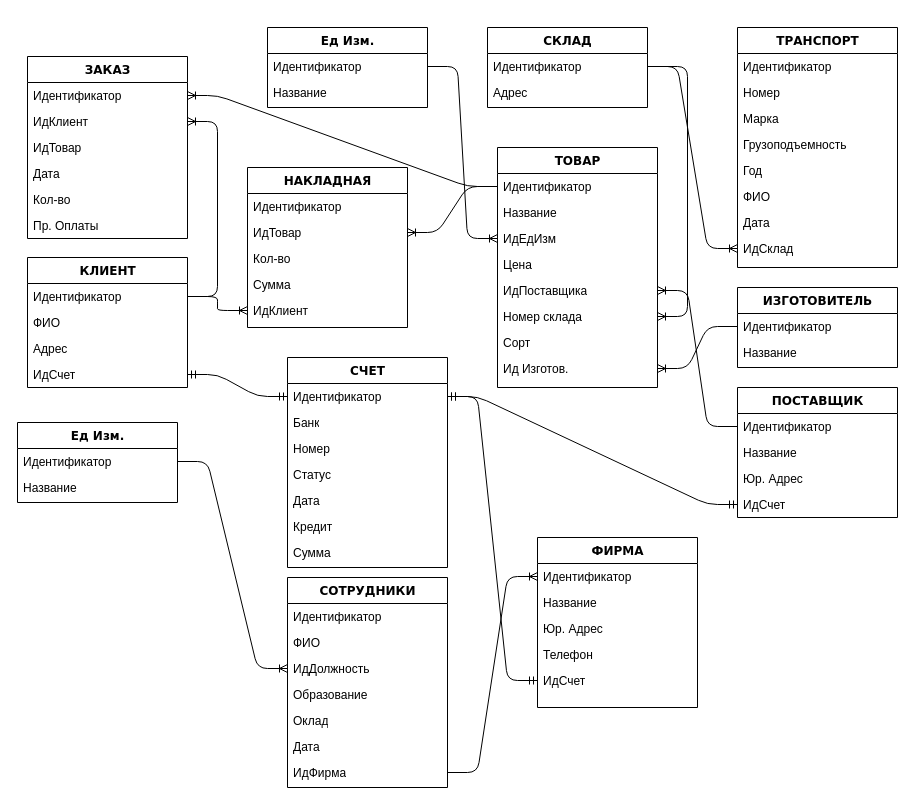
The draw.io diagram Летняя/MY_KURS/Ручная нотация.drawio in stanislaumich/1-, before the edit. Source tidied: cells renumbered, new cells numbered last; positions are measured from the earlier drawing's top-left corner, leaving out a move shared by most shapes. Both pictures are drawn from the tidied source at 100%, with x=0, y=0 at pixel (17, 27).
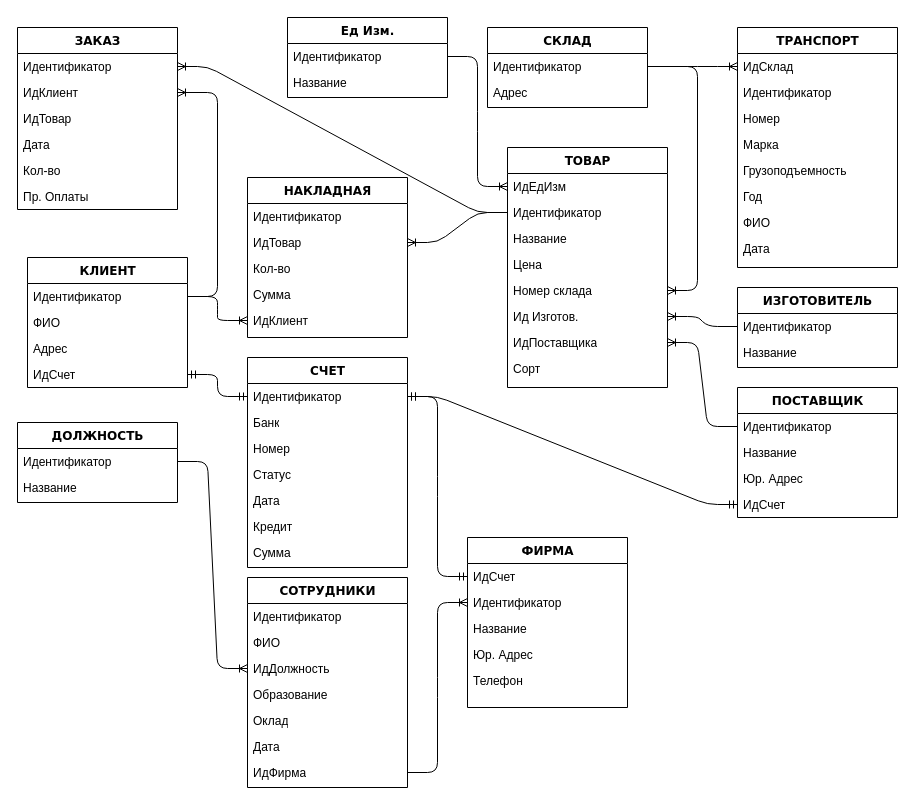
Above is the later version.

The change refers to these unchanged cells:
```xml
<mxCell id="21" value="ТРАНСПОРТ" style="swimlane;html=1;fontStyle=1;align=center;verticalAlign=top;horizontal=1;startSize=26;swimlaneFillColor=#ffffff;rounded=0;shadow=0;comic=0;labelBackgroundColor=none;strokeWidth=1;fillColor=none;fontFamily=Verdana;fontSize=12;" parent="1" vertex="1">
  <mxGeometry x="720" width="160" height="240" as="geometry" />
</mxCell>
```

The edit, as a diff of the source:
```diff
@@
     <mxCell id="2" value="ТОВАР" style="swimlane;html=1;fontStyle=1;align=center;verticalAlign=top;horizontal=1;startSize=26;swimlaneFillColor=#ffffff;rounded=0;shadow=0;comic=0;labelBackgroundColor=none;strokeWidth=1;fillColor=none;fontFamily=Verdana;fontSize=12;" parent="1" vertex="1">
-      <mxGeometry x="480" y="120" width="160" height="240" as="geometry" />
+      <mxGeometry x="490" y="120" width="160" height="240" as="geometry" />
     </mxCell>
+    <mxCell id="5" value="ИдЕдИзм" style="text;html=1;strokeColor=none;fillColor=none;align=left;verticalAlign=top;spacingLeft=4;spacingRight=4;whiteSpace=wrap;overflow=hidden;points=[[0,0.5],[1,0.5]];portConstraint=eastwest;" parent="2" vertex="1">
+      <mxGeometry y="26" width="160" height="26" as="geometry" />
+    </mxCell>
     <mxCell id="3" value="Идентификатор" style="text;html=1;strokeColor=none;fillColor=none;align=left;verticalAlign=top;spacingLeft=4;spacingRight=4;whiteSpace=wrap;overflow=hidden;points=[[0,0.5],[1,0.5]];portConstraint=eastwest;" parent="2" vertex="1">
-      <mxGeometry y="26" width="160" height="26" as="geometry" />
+      <mxGeometry y="52" width="160" height="26" as="geometry" />
     </mxCell>
     <mxCell id="4" value="Название" style="text;html=1;strokeColor=none;fillColor=none;align=left;verticalAlign=top;spacingLeft=4;spacingRight=4;whiteSpace=wrap;overflow=hidden;" parent="2" vertex="1">
-      <mxGeometry y="52" width="160" height="26" as="geometry" />
+      <mxGeometry y="78" width="160" height="26" as="geometry" />
     </mxCell>
-    <mxCell id="5" value="ИдЕдИзм" style="text;html=1;strokeColor=none;fillColor=none;align=left;verticalAlign=top;spacingLeft=4;spacingRight=4;whiteSpace=wrap;overflow=hidden;points=[[0,0.5],[1,0.5]];portConstraint=eastwest;" parent="2" vertex="1">
-      <mxGeometry y="78" width="160" height="26" as="geometry" />
-    </mxCell>
@@
+    <mxCell id="8" value="Номер склада&lt;br&gt;" style="text;html=1;strokeColor=none;fillColor=none;align=left;verticalAlign=top;spacingLeft=4;spacingRight=4;whiteSpace=wrap;overflow=hidden;points=[[0,0.5],[1,0.5]];portConstraint=eastwest;" parent="2" vertex="1">
+      <mxGeometry y="130" width="160" height="26" as="geometry" />
+    </mxCell>
+    <mxCell id="10" value="Ид Изготов." style="text;html=1;strokeColor=none;fillColor=none;align=left;verticalAlign=top;spacingLeft=4;spacingRight=4;whiteSpace=wrap;overflow=hidden;points=[[0,0.5],[1,0.5]];portConstraint=eastwest;" parent="2" vertex="1">
+      <mxGeometry y="156" width="160" height="26" as="geometry" />
+    </mxCell>
     <mxCell id="7" value="ИдПоставщика" style="text;html=1;strokeColor=none;fillColor=none;align=left;verticalAlign=top;spacingLeft=4;spacingRight=4;whiteSpace=wrap;overflow=hidden;points=[[0,0.5],[1,0.5]];portConstraint=eastwest;" parent="2" vertex="1">
-      <mxGeometry y="130" width="160" height="26" as="geometry" />
+      <mxGeometry y="182" width="160" height="26" as="geometry" />
     </mxCell>
-    <mxCell id="8" value="Номер склада&lt;br&gt;" style="text;html=1;strokeColor=none;fillColor=none;align=left;verticalAlign=top;spacingLeft=4;spacingRight=4;whiteSpace=wrap;overflow=hidden;points=[[0,0.5],[1,0.5]];portConstraint=eastwest;" parent="2" vertex="1">
-      <mxGeometry y="156" width="160" height="26" as="geometry" />
-    </mxCell>
     <mxCell id="9" value="Сорт" style="text;html=1;strokeColor=none;fillColor=none;align=left;verticalAlign=top;spacingLeft=4;spacingRight=4;whiteSpace=wrap;overflow=hidden;" parent="2" vertex="1">
-      <mxGeometry y="182" width="160" height="26" as="geometry" />
+      <mxGeometry y="208" width="160" height="26" as="geometry" />
     </mxCell>
-    <mxCell id="10" value="Ид Изготов." style="text;html=1;strokeColor=none;fillColor=none;align=left;verticalAlign=top;spacingLeft=4;spacingRight=4;whiteSpace=wrap;overflow=hidden;points=[[0,0.5],[1,0.5]];portConstraint=eastwest;" parent="2" vertex="1">
-      <mxGeometry y="208" width="160" height="26" as="geometry" />
-    </mxCell>
     <mxCell id="11" value="ЗАКАЗ" style="swimlane;html=1;fontStyle=1;align=center;verticalAlign=top;horizontal=1;startSize=26;swimlaneFillColor=#ffffff;rounded=0;shadow=0;comic=0;labelBackgroundColor=none;strokeWidth=1;fillColor=none;fontFamily=Verdana;fontSize=12;" parent="1" vertex="1">
-      <mxGeometry x="10" y="29" width="160" height="182" as="geometry" />
+      <mxGeometry width="160" height="182" as="geometry" />
     </mxCell>
@@
     <mxCell id="18" value="Ед Изм." style="swimlane;html=1;fontStyle=1;align=center;verticalAlign=top;horizontal=1;startSize=26;swimlaneFillColor=#ffffff;rounded=0;shadow=0;comic=0;labelBackgroundColor=none;strokeWidth=1;fillColor=none;fontFamily=Verdana;fontSize=12;" parent="1" vertex="1">
-      <mxGeometry x="250" width="160" height="80" as="geometry" />
+      <mxGeometry x="270" y="-10" width="160" height="80" as="geometry" />
     </mxCell>
@@
+    <mxCell id="29" value="ИдСклад" style="text;html=1;strokeColor=none;fillColor=none;align=left;verticalAlign=top;spacingLeft=4;spacingRight=4;whiteSpace=wrap;overflow=hidden;points=[[0,0.5],[1,0.5]];portConstraint=eastwest;" parent="21" vertex="1">
+      <mxGeometry y="26" width="160" height="26" as="geometry" />
+    </mxCell>
     <mxCell id="22" value="Идентификатор" style="text;html=1;strokeColor=none;fillColor=none;align=left;verticalAlign=top;spacingLeft=4;spacingRight=4;whiteSpace=wrap;overflow=hidden;" parent="21" vertex="1">
-      <mxGeometry y="26" width="160" height="26" as="geometry" />
+      <mxGeometry y="52" width="160" height="26" as="geometry" />
     </mxCell>
     <mxCell id="23" value="Номер" style="text;html=1;strokeColor=none;fillColor=none;align=left;verticalAlign=top;spacingLeft=4;spacingRight=4;whiteSpace=wrap;overflow=hidden;" parent="21" vertex="1">
-      <mxGeometry y="52" width="160" height="26" as="geometry" />
+      <mxGeometry y="78" width="160" height="26" as="geometry" />
     </mxCell>
     <mxCell id="24" value="Марка" style="text;html=1;strokeColor=none;fillColor=none;align=left;verticalAlign=top;spacingLeft=4;spacingRight=4;whiteSpace=wrap;overflow=hidden;" parent="21" vertex="1">
-      <mxGeometry y="78" width="160" height="26" as="geometry" />
+      <mxGeometry y="104" width="160" height="26" as="geometry" />
     </mxCell>
     <mxCell id="25" value="Грузоподъемность" style="text;html=1;strokeColor=none;fillColor=none;align=left;verticalAlign=top;spacingLeft=4;spacingRight=4;whiteSpace=wrap;overflow=hidden;" parent="21" vertex="1">
-      <mxGeometry y="104" width="160" height="26" as="geometry" />
+      <mxGeometry y="130" width="160" height="26" as="geometry" />
     </mxCell>
     <mxCell id="26" value="Год" style="text;html=1;strokeColor=none;fillColor=none;align=left;verticalAlign=top;spacingLeft=4;spacingRight=4;whiteSpace=wrap;overflow=hidden;" parent="21" vertex="1">
-      <mxGeometry y="130" width="160" height="26" as="geometry" />
+      <mxGeometry y="156" width="160" height="26" as="geometry" />
     </mxCell>
     <mxCell id="27" value="ФИО" style="text;html=1;strokeColor=none;fillColor=none;align=left;verticalAlign=top;spacingLeft=4;spacingRight=4;whiteSpace=wrap;overflow=hidden;" parent="21" vertex="1">
-      <mxGeometry y="156" width="160" height="26" as="geometry" />
+      <mxGeometry y="182" width="160" height="26" as="geometry" />
     </mxCell>
     <mxCell id="28" value="Дата" style="text;html=1;strokeColor=none;fillColor=none;align=left;verticalAlign=top;spacingLeft=4;spacingRight=4;whiteSpace=wrap;overflow=hidden;" parent="21" vertex="1">
-      <mxGeometry y="182" width="160" height="26" as="geometry" />
+      <mxGeometry y="208" width="160" height="26" as="geometry" />
     </mxCell>
-    <mxCell id="29" value="ИдСклад" style="text;html=1;strokeColor=none;fillColor=none;align=left;verticalAlign=top;spacingLeft=4;spacingRight=4;whiteSpace=wrap;overflow=hidden;points=[[0,0.5],[1,0.5]];portConstraint=eastwest;" parent="21" vertex="1">
-      <mxGeometry y="208" width="160" height="26" as="geometry" />
-    </mxCell>
@@
     <mxCell id="36" value="НАКЛАДНАЯ" style="swimlane;html=1;fontStyle=1;align=center;verticalAlign=top;horizontal=1;startSize=26;swimlaneFillColor=#ffffff;rounded=0;shadow=0;comic=0;labelBackgroundColor=none;strokeWidth=1;fillColor=none;fontFamily=Verdana;fontSize=12;" parent="1" vertex="1">
-      <mxGeometry x="230" y="140" width="160" height="160" as="geometry" />
+      <mxGeometry x="230" y="150" width="160" height="160" as="geometry" />
     </mxCell>
@@
     <mxCell id="55" value="СЧЕТ" style="swimlane;html=1;fontStyle=1;align=center;verticalAlign=top;horizontal=1;startSize=26;swimlaneFillColor=#ffffff;rounded=0;shadow=0;comic=0;labelBackgroundColor=none;strokeWidth=1;fillColor=none;fontFamily=Verdana;fontSize=12;" parent="1" vertex="1">
-      <mxGeometry x="270" y="330" width="160" height="210" as="geometry" />
+      <mxGeometry x="230" y="330" width="160" height="210" as="geometry" />
     </mxCell>
@@
     <mxCell id="73" value="ФИРМА" style="swimlane;html=1;fontStyle=1;align=center;verticalAlign=top;horizontal=1;startSize=26;swimlaneFillColor=#ffffff;rounded=0;shadow=0;comic=0;labelBackgroundColor=none;strokeWidth=1;fillColor=none;fontFamily=Verdana;fontSize=12;" parent="1" vertex="1">
-      <mxGeometry x="520" y="510" width="160" height="170" as="geometry" />
+      <mxGeometry x="450" y="510" width="160" height="170" as="geometry" />
     </mxCell>
+    <mxCell id="78" value="ИдСчет" style="text;html=1;strokeColor=none;fillColor=none;align=left;verticalAlign=top;spacingLeft=4;spacingRight=4;whiteSpace=wrap;overflow=hidden;points=[[0,0.5],[1,0.5]];portConstraint=eastwest;" parent="73" vertex="1">
+      <mxGeometry y="26" width="160" height="26" as="geometry" />
+    </mxCell>
     <mxCell id="74" value="Идентификатор" style="text;html=1;strokeColor=none;fillColor=none;align=left;verticalAlign=top;spacingLeft=4;spacingRight=4;whiteSpace=wrap;overflow=hidden;points=[[0,0.5],[1,0.5]];portConstraint=eastwest;" parent="73" vertex="1">
-      <mxGeometry y="26" width="160" height="26" as="geometry" />
+      <mxGeometry y="52" width="160" height="26" as="geometry" />
     </mxCell>
     <mxCell id="75" value="Название" style="text;html=1;strokeColor=none;fillColor=none;align=left;verticalAlign=top;spacingLeft=4;spacingRight=4;whiteSpace=wrap;overflow=hidden;" parent="73" vertex="1">
-      <mxGeometry y="52" width="160" height="26" as="geometry" />
+      <mxGeometry y="78" width="160" height="26" as="geometry" />
     </mxCell>
     <mxCell id="76" value="Юр. Адрес" style="text;html=1;strokeColor=none;fillColor=none;align=left;verticalAlign=top;spacingLeft=4;spacingRight=4;whiteSpace=wrap;overflow=hidden;" parent="73" vertex="1">
-      <mxGeometry y="78" width="160" height="26" as="geometry" />
+      <mxGeometry y="104" width="160" height="26" as="geometry" />
     </mxCell>
     <mxCell id="77" value="Телефон" style="text;html=1;strokeColor=none;fillColor=none;align=left;verticalAlign=top;spacingLeft=4;spacingRight=4;whiteSpace=wrap;overflow=hidden;" parent="73" vertex="1">
-      <mxGeometry y="104" width="160" height="26" as="geometry" />
+      <mxGeometry y="130" width="160" height="26" as="geometry" />
     </mxCell>
-    <mxCell id="78" value="ИдСчет" style="text;html=1;strokeColor=none;fillColor=none;align=left;verticalAlign=top;spacingLeft=4;spacingRight=4;whiteSpace=wrap;overflow=hidden;points=[[0,0.5],[1,0.5]];portConstraint=eastwest;" parent="73" vertex="1">
-      <mxGeometry y="130" width="160" height="26" as="geometry" />
-    </mxCell>
@@
     <mxCell id="80" value="СОТРУДНИКИ" style="swimlane;html=1;fontStyle=1;align=center;verticalAlign=top;horizontal=1;startSize=26;swimlaneFillColor=#ffffff;rounded=0;shadow=0;comic=0;labelBackgroundColor=none;strokeWidth=1;fillColor=none;fontFamily=Verdana;fontSize=12;" parent="1" vertex="1">
-      <mxGeometry x="270" y="550" width="160" height="210" as="geometry" />
+      <mxGeometry x="230" y="550" width="160" height="210" as="geometry" />
     </mxCell>
@@
-    <mxCell id="88" value="Ед Изм." style="swimlane;html=1;fontStyle=1;align=center;verticalAlign=top;horizontal=1;startSize=26;swimlaneFillColor=#ffffff;rounded=0;shadow=0;comic=0;labelBackgroundColor=none;strokeWidth=1;fillColor=none;fontFamily=Verdana;fontSize=12;" parent="1" vertex="1">
+    <mxCell id="88" value="ДОЛЖНОСТЬ" style="swimlane;html=1;fontStyle=1;align=center;verticalAlign=top;horizontal=1;startSize=26;swimlaneFillColor=#ffffff;rounded=0;shadow=0;comic=0;labelBackgroundColor=none;strokeWidth=1;fillColor=none;fontFamily=Verdana;fontSize=12;" parent="1" vertex="1">
       <mxGeometry y="395" width="160" height="80" as="geometry" />
     </mxCell>
```
